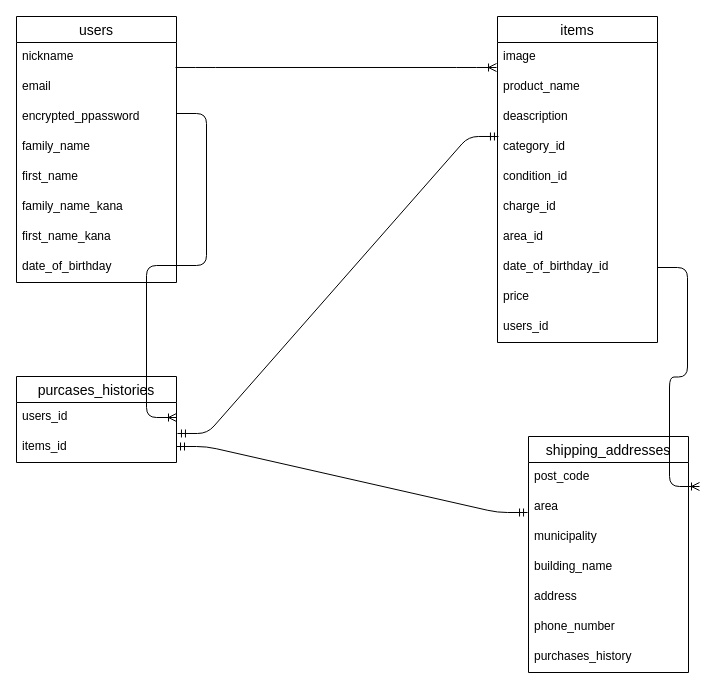
hongotakahiro/furima-38360 keeps this draw.io diagram as furima.dio. Above is the earlier version. Source tidied: cells renumbered, new cells numbered last; positions are measured from the earlier drawing's top-left corner, leaving out a move shared by most shapes. Both pictures are drawn from the tidied source at 100%, with x=0, y=0 at pixel (16, 16).
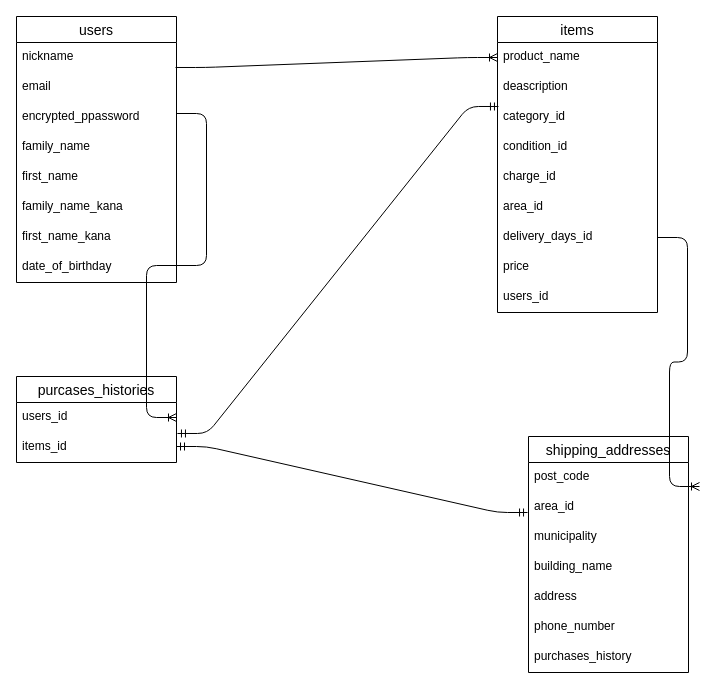
The same page after the edit.

Commit message (it also covers changes not shown here):
テーブル設計　修正４

The change refers to these unchanged cells:
```xml
<mxCell id="4" value="email" style="text;strokeColor=none;fillColor=none;spacingLeft=4;spacingRight=4;overflow=hidden;points=[[0,0.5],[1,0.5]];portConstraint=eastwest;fontSize=12;" parent="2" vertex="1">
  <mxGeometry y="56" width="160" height="30" as="geometry" />
</mxCell>
<mxCell id="25" value="shipping_addresses" style="swimlane;fontStyle=0;horizontal=1;startSize=26;align=center;fontSize=14;" parent="1" vertex="1">
  <mxGeometry x="512" y="420" width="160" height="236" as="geometry" />
</mxCell>
```

Diff of the diagram source:
```diff
@@
     <mxCell id="11" value="items" style="swimlane;fontStyle=0;horizontal=1;startSize=26;align=center;fontSize=14;" parent="1" vertex="1">
-      <mxGeometry x="481" width="160" height="326" as="geometry" />
+      <mxGeometry x="481" width="160" height="296" as="geometry" />
     </mxCell>
-    <mxCell id="12" value="image" style="text;strokeColor=none;fillColor=none;spacingLeft=4;spacingRight=4;overflow=hidden;fontSize=12;" parent="11" vertex="1">
-      <mxGeometry y="26" width="160" height="30" as="geometry" />
-    </mxCell>
     <mxCell id="13" value="product_name" style="text;strokeColor=none;fillColor=none;spacingLeft=4;spacingRight=4;overflow=hidden;points=[[0,0.5],[1,0.5]];portConstraint=eastwest;fontSize=12;" parent="11" vertex="1">
-      <mxGeometry y="56" width="160" height="30" as="geometry" />
+      <mxGeometry y="26" width="160" height="30" as="geometry" />
     </mxCell>
     <mxCell id="14" value="deascription" style="text;strokeColor=none;fillColor=none;spacingLeft=4;spacingRight=4;overflow=hidden;fontSize=12;" parent="11" vertex="1">
-      <mxGeometry y="86" width="160" height="30" as="geometry" />
+      <mxGeometry y="56" width="160" height="30" as="geometry" />
     </mxCell>
     <mxCell id="15" value="category_id" style="text;strokeColor=none;fillColor=none;spacingLeft=4;spacingRight=4;overflow=hidden;points=[[0,0.5],[1,0.5]];portConstraint=eastwest;fontSize=12;" parent="11" vertex="1">
-      <mxGeometry y="116" width="160" height="30" as="geometry" />
+      <mxGeometry y="86" width="160" height="30" as="geometry" />
     </mxCell>
     <mxCell id="16" value="condition_id" style="text;strokeColor=none;fillColor=none;spacingLeft=4;spacingRight=4;overflow=hidden;fontSize=12;" parent="11" vertex="1">
-      <mxGeometry y="146" width="160" height="30" as="geometry" />
+      <mxGeometry y="116" width="160" height="30" as="geometry" />
     </mxCell>
     <mxCell id="17" value="charge_id" style="text;strokeColor=none;fillColor=none;spacingLeft=4;spacingRight=4;overflow=hidden;fontSize=12;" parent="11" vertex="1">
-      <mxGeometry y="176" width="160" height="30" as="geometry" />
+      <mxGeometry y="146" width="160" height="30" as="geometry" />
     </mxCell>
     <mxCell id="18" value="area_id" style="text;strokeColor=none;fillColor=none;spacingLeft=4;spacingRight=4;overflow=hidden;fontSize=12;" parent="11" vertex="1">
-      <mxGeometry y="206" width="160" height="30" as="geometry" />
+      <mxGeometry y="176" width="160" height="30" as="geometry" />
     </mxCell>
-    <mxCell id="19" value="date_of_birthday_id" style="text;strokeColor=none;fillColor=none;spacingLeft=4;spacingRight=4;overflow=hidden;points=[[0,0.5],[1,0.5]];portConstraint=eastwest;fontSize=12;" parent="11" vertex="1">
-      <mxGeometry y="236" width="160" height="30" as="geometry" />
+    <mxCell id="19" value="delivery_days_id" style="text;strokeColor=none;fillColor=none;spacingLeft=4;spacingRight=4;overflow=hidden;points=[[0,0.5],[1,0.5]];portConstraint=eastwest;fontSize=12;" parent="11" vertex="1">
+      <mxGeometry y="206" width="160" height="30" as="geometry" />
     </mxCell>
     <mxCell id="20" value="price" style="text;strokeColor=none;fillColor=none;spacingLeft=4;spacingRight=4;overflow=hidden;fontSize=12;" parent="11" vertex="1">
-      <mxGeometry y="266" width="160" height="30" as="geometry" />
+      <mxGeometry y="236" width="160" height="30" as="geometry" />
     </mxCell>
     <mxCell id="21" value="users_id" style="text;strokeColor=none;fillColor=none;spacingLeft=4;spacingRight=4;overflow=hidden;fontSize=12;" parent="11" vertex="1">
-      <mxGeometry y="296" width="160" height="30" as="geometry" />
+      <mxGeometry y="266" width="160" height="30" as="geometry" />
     </mxCell>
@@
-    <mxCell id="27" value="area" style="text;strokeColor=none;fillColor=none;spacingLeft=4;spacingRight=4;overflow=hidden;points=[[0,0.5],[1,0.5]];portConstraint=eastwest;fontSize=12;" parent="25" vertex="1">
+    <mxCell id="27" value="area_id" style="text;strokeColor=none;fillColor=none;spacingLeft=4;spacingRight=4;overflow=hidden;points=[[0,0.5],[1,0.5]];portConstraint=eastwest;fontSize=12;" parent="25" vertex="1">
       <mxGeometry y="56" width="160" height="30" as="geometry" />
     </mxCell>
@@
-    <mxCell id="34" style="edgeStyle=entityRelationEdgeStyle;fontSize=12;html=1;endArrow=ERoneToMany;entryX=-0.006;entryY=-0.167;entryDx=0;entryDy=0;entryPerimeter=0;exitX=0.994;exitY=-0.167;exitDx=0;exitDy=0;exitPerimeter=0;" parent="1" edge="1" source="4" target="13">
+    <mxCell id="34" style="edgeStyle=entityRelationEdgeStyle;fontSize=12;html=1;endArrow=ERoneToMany;exitX=0.994;exitY=-0.167;exitDx=0;exitDy=0;exitPerimeter=0;" parent="1" edge="1" source="4" target="13">
       <mxGeometry relative="1" as="geometry" />
     </mxCell>
```
